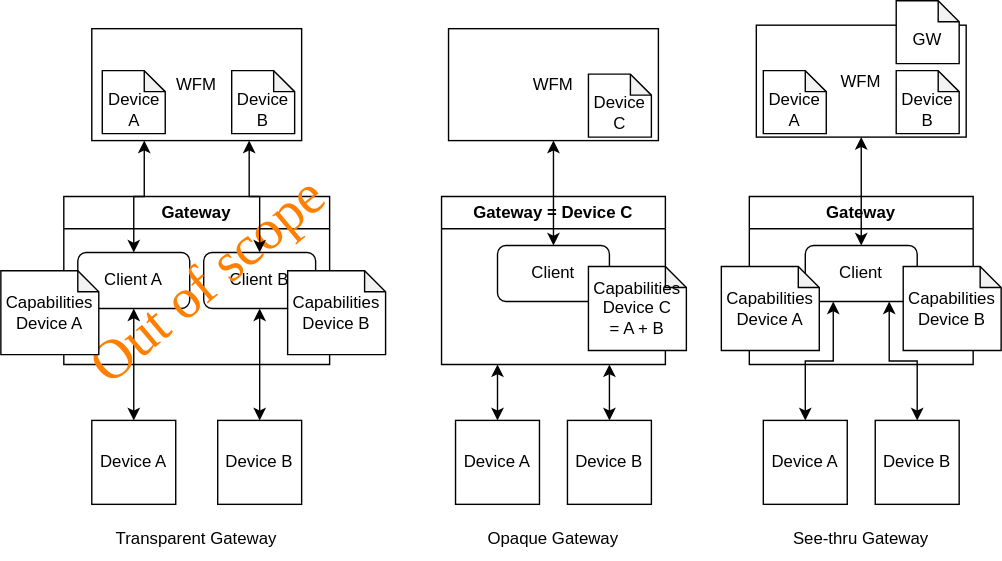
Above: proposals/res/single-client-for-multiple-devices/types-of-gateway.drawio.svg in margo/specification-enhancements (draw.io), before the change. Source tidied: cells renumbered, new cells last; positions are measured from the earlier drawing's top-left corner, leaving out a move shared by most shapes. Source of this version:
```xml
<mxGraphModel>
  <root>
    <mxCell id="0" />
    <mxCell id="1" parent="0" />
    <mxCell id="2" value="WFM" style="rounded=0;whiteSpace=wrap;html=1;" parent="1" vertex="1">
      <mxGeometry x="65" y="20" width="150" height="80" as="geometry" />
    </mxCell>
    <mxCell id="3" style="edgeStyle=orthogonalEdgeStyle;rounded=0;jettySize=auto;html=1;strokeColor=default;align=center;verticalAlign=middle;fontFamily=Helvetica;fontSize=11;fontColor=default;labelBackgroundColor=default;startArrow=classic;startFill=1;endArrow=classic;" parent="1" edge="1" source="4" target="7">
      <mxGeometry relative="1" as="geometry" />
    </mxCell>
    <mxCell id="4" value="Device A" style="whiteSpace=wrap;html=1;" parent="1" vertex="1">
      <mxGeometry x="65" y="300" width="60" height="60" as="geometry" />
    </mxCell>
    <mxCell id="5" value="Device B" style="whiteSpace=wrap;html=1;" parent="1" vertex="1">
      <mxGeometry x="155" y="300" width="60" height="60" as="geometry" />
    </mxCell>
    <mxCell id="6" value="Gateway" style="swimlane;whiteSpace=wrap;html=1;" parent="1" vertex="1">
      <mxGeometry x="45" y="140" width="190" height="120" as="geometry" />
    </mxCell>
    <mxCell id="7" value="Client A" style="rounded=1;whiteSpace=wrap;html=1;" parent="6" vertex="1">
      <mxGeometry x="10" y="40" width="80" height="40" as="geometry" />
    </mxCell>
    <mxCell id="8" value="Client B" style="rounded=1;whiteSpace=wrap;html=1;" parent="6" vertex="1">
      <mxGeometry x="100" y="40" width="80" height="40" as="geometry" />
    </mxCell>
    <mxCell id="9" value="Capabilities Device B" style="shape=note;whiteSpace=wrap;html=1;backgroundOutline=1;darkOpacity=0.05;size=15;" parent="6" vertex="1">
      <mxGeometry x="160" y="53" width="70" height="60" as="geometry" />
    </mxCell>
    <mxCell id="10" value="Out of scope" style="text;html=1;align=center;verticalAlign=middle;rounded=0;fontSize=40;fontFamily=Verdana;rotation=-40;textShadow=0;fontColor=#FF8000;labelBorderColor=none;labelBackgroundColor=none;" parent="6" vertex="1">
      <mxGeometry x="-36" y="45" width="275" height="30" as="geometry" />
    </mxCell>
    <mxCell id="11" style="edgeStyle=orthogonalEdgeStyle;rounded=0;jettySize=auto;html=1;entryX=0.5;entryY=1;entryDx=0;entryDy=0;strokeColor=default;align=center;verticalAlign=middle;fontFamily=Helvetica;fontSize=11;fontColor=default;labelBackgroundColor=default;startArrow=classic;startFill=1;endArrow=classic;" parent="1" edge="1" source="5" target="8">
      <mxGeometry relative="1" as="geometry" />
    </mxCell>
    <mxCell id="12" style="edgeStyle=orthogonalEdgeStyle;rounded=0;jettySize=auto;html=1;entryX=0.25;entryY=1;entryDx=0;entryDy=0;strokeColor=default;align=center;verticalAlign=middle;fontFamily=Helvetica;fontSize=11;fontColor=default;labelBackgroundColor=default;startArrow=classic;startFill=1;endArrow=classic;" parent="1" edge="1" source="7" target="2">
      <mxGeometry relative="1" as="geometry" />
    </mxCell>
    <mxCell id="13" style="edgeStyle=orthogonalEdgeStyle;rounded=0;jettySize=auto;html=1;entryX=0.75;entryY=1;entryDx=0;entryDy=0;startArrow=classic;startFill=1;" parent="1" edge="1" source="8" target="2">
      <mxGeometry relative="1" as="geometry" />
    </mxCell>
    <mxCell id="14" value="Capabilities Device A" style="shape=note;whiteSpace=wrap;html=1;backgroundOutline=1;darkOpacity=0.05;size=15;" parent="1" vertex="1">
      <mxGeometry y="193" width="70" height="60" as="geometry" />
    </mxCell>
    <mxCell id="15" value="Transparent Gateway" style="text;html=1;align=center;verticalAlign=middle;whiteSpace=wrap;rounded=0;" parent="1" vertex="1">
      <mxGeometry x="70" y="370" width="140" height="30" as="geometry" />
    </mxCell>
    <mxCell id="16" value="WFM" style="rounded=0;whiteSpace=wrap;html=1;" parent="1" vertex="1">
      <mxGeometry x="320" y="20" width="150" height="80" as="geometry" />
    </mxCell>
    <mxCell id="17" style="edgeStyle=orthogonalEdgeStyle;rounded=0;jettySize=auto;html=1;strokeColor=default;align=center;verticalAlign=middle;fontFamily=Helvetica;fontSize=11;fontColor=default;labelBackgroundColor=default;startArrow=classic;startFill=1;endArrow=classic;entryX=0.25;entryY=1;entryDx=0;entryDy=0;" parent="1" edge="1" source="18" target="20">
      <mxGeometry relative="1" as="geometry" />
    </mxCell>
    <mxCell id="18" value="Device A" style="whiteSpace=wrap;html=1;" parent="1" vertex="1">
      <mxGeometry x="325" y="300" width="60" height="60" as="geometry" />
    </mxCell>
    <mxCell id="19" value="Device B" style="whiteSpace=wrap;html=1;" parent="1" vertex="1">
      <mxGeometry x="405" y="300" width="60" height="60" as="geometry" />
    </mxCell>
    <mxCell id="20" value="Gateway = Device C" style="swimlane;whiteSpace=wrap;html=1;" parent="1" vertex="1">
      <mxGeometry x="315" y="140" width="160" height="120" as="geometry" />
    </mxCell>
    <mxCell id="21" value="Client" style="rounded=1;whiteSpace=wrap;html=1;" parent="20" vertex="1">
      <mxGeometry x="40" y="35" width="80" height="40" as="geometry" />
    </mxCell>
    <mxCell id="22" value="Capabilities Device C &lt;br&gt;= A + B" style="shape=note;whiteSpace=wrap;html=1;backgroundOutline=1;darkOpacity=0.05;size=15;" parent="20" vertex="1">
      <mxGeometry x="105" y="50" width="70" height="60" as="geometry" />
    </mxCell>
    <mxCell id="23" style="edgeStyle=orthogonalEdgeStyle;rounded=0;jettySize=auto;html=1;strokeColor=default;align=center;verticalAlign=middle;fontFamily=Helvetica;fontSize=11;fontColor=default;labelBackgroundColor=default;startArrow=classic;startFill=1;endArrow=classic;entryX=0.75;entryY=1;entryDx=0;entryDy=0;" parent="1" edge="1" source="19" target="20">
      <mxGeometry relative="1" as="geometry" />
    </mxCell>
    <mxCell id="24" style="edgeStyle=orthogonalEdgeStyle;rounded=0;jettySize=auto;html=1;entryX=0.5;entryY=1;entryDx=0;entryDy=0;strokeColor=default;align=center;verticalAlign=middle;fontFamily=Helvetica;fontSize=11;fontColor=default;labelBackgroundColor=default;startArrow=classic;startFill=1;endArrow=classic;" parent="1" edge="1" source="21" target="16">
      <mxGeometry relative="1" as="geometry" />
    </mxCell>
    <mxCell id="25" value="Opaque Gateway" style="text;html=1;align=center;verticalAlign=middle;whiteSpace=wrap;rounded=0;" parent="1" vertex="1">
      <mxGeometry x="325" y="370" width="140" height="30" as="geometry" />
    </mxCell>
    <mxCell id="26" value="WFM" style="rounded=0;whiteSpace=wrap;html=1;" parent="1" vertex="1">
      <mxGeometry x="540" y="17.5" width="150" height="80" as="geometry" />
    </mxCell>
    <mxCell id="27" style="edgeStyle=orthogonalEdgeStyle;rounded=0;jettySize=auto;html=1;strokeColor=default;align=center;verticalAlign=middle;fontFamily=Helvetica;fontSize=11;fontColor=default;labelBackgroundColor=default;startArrow=classic;startFill=1;endArrow=classic;entryX=0.25;entryY=1;entryDx=0;entryDy=0;" parent="1" edge="1" source="28" target="31">
      <mxGeometry relative="1" as="geometry" />
    </mxCell>
    <mxCell id="28" value="Device A" style="whiteSpace=wrap;html=1;" parent="1" vertex="1">
      <mxGeometry x="545" y="300" width="60" height="60" as="geometry" />
    </mxCell>
    <mxCell id="29" value="Device B" style="whiteSpace=wrap;html=1;" parent="1" vertex="1">
      <mxGeometry x="625" y="300" width="60" height="60" as="geometry" />
    </mxCell>
    <mxCell id="30" value="Gateway" style="swimlane;whiteSpace=wrap;html=1;" parent="1" vertex="1">
      <mxGeometry x="535" y="140" width="160" height="120" as="geometry" />
    </mxCell>
    <mxCell id="31" value="Client" style="rounded=1;whiteSpace=wrap;html=1;" parent="30" vertex="1">
      <mxGeometry x="40" y="35" width="80" height="40" as="geometry" />
    </mxCell>
    <mxCell id="32" value="Capabilities Device B" style="shape=note;whiteSpace=wrap;html=1;backgroundOutline=1;darkOpacity=0.05;size=15;" parent="30" vertex="1">
      <mxGeometry x="110" y="50" width="70" height="60" as="geometry" />
    </mxCell>
    <mxCell id="33" value="Capabilities Device A" style="shape=note;whiteSpace=wrap;html=1;backgroundOutline=1;darkOpacity=0.05;size=15;" parent="30" vertex="1">
      <mxGeometry x="-20" y="50" width="70" height="60" as="geometry" />
    </mxCell>
    <mxCell id="34" style="edgeStyle=orthogonalEdgeStyle;rounded=0;jettySize=auto;html=1;strokeColor=default;align=center;verticalAlign=middle;fontFamily=Helvetica;fontSize=11;fontColor=default;labelBackgroundColor=default;startArrow=classic;startFill=1;endArrow=classic;entryX=0.75;entryY=1;entryDx=0;entryDy=0;" parent="1" edge="1" source="29" target="31">
      <mxGeometry relative="1" as="geometry" />
    </mxCell>
    <mxCell id="35" style="edgeStyle=orthogonalEdgeStyle;rounded=0;jettySize=auto;html=1;entryX=0.5;entryY=1;entryDx=0;entryDy=0;strokeColor=default;align=center;verticalAlign=middle;fontFamily=Helvetica;fontSize=11;fontColor=default;labelBackgroundColor=default;startArrow=classic;startFill=1;endArrow=classic;" parent="1" edge="1" source="31" target="26">
      <mxGeometry relative="1" as="geometry" />
    </mxCell>
    <mxCell id="36" value="See-thru Gateway" style="text;html=1;align=center;verticalAlign=middle;whiteSpace=wrap;rounded=0;" parent="1" vertex="1">
      <mxGeometry x="545" y="370" width="140" height="30" as="geometry" />
    </mxCell>
    <mxCell id="37" value="Device A" style="shape=note;whiteSpace=wrap;html=1;backgroundOutline=1;darkOpacity=0.05;size=15;strokeColor=default;align=center;verticalAlign=middle;spacingTop=10;fontFamily=Helvetica;fontSize=12;fontColor=default;fillColor=default;" parent="1" vertex="1">
      <mxGeometry x="72.5" y="50" width="45" height="45" as="geometry" />
    </mxCell>
    <mxCell id="38" value="Device A" style="shape=note;whiteSpace=wrap;html=1;backgroundOutline=1;darkOpacity=0.05;size=15;strokeColor=default;align=center;verticalAlign=middle;spacingTop=10;fontFamily=Helvetica;fontSize=12;fontColor=default;fillColor=default;" parent="1" vertex="1">
      <mxGeometry x="545" y="50" width="45" height="45" as="geometry" />
    </mxCell>
    <mxCell id="39" value="Device B" style="shape=note;whiteSpace=wrap;html=1;backgroundOutline=1;darkOpacity=0.05;size=15;strokeColor=default;align=center;verticalAlign=middle;spacingTop=10;fontFamily=Helvetica;fontSize=12;fontColor=default;fillColor=default;" parent="1" vertex="1">
      <mxGeometry x="640" y="50" width="45" height="45" as="geometry" />
    </mxCell>
    <mxCell id="40" value="Device B" style="shape=note;whiteSpace=wrap;html=1;backgroundOutline=1;darkOpacity=0.05;size=15;strokeColor=default;align=center;verticalAlign=middle;spacingTop=10;fontFamily=Helvetica;fontSize=12;fontColor=default;fillColor=default;" parent="1" vertex="1">
      <mxGeometry x="165" y="50" width="45" height="45" as="geometry" />
    </mxCell>
    <mxCell id="41" value="Device C" style="shape=note;whiteSpace=wrap;html=1;backgroundOutline=1;darkOpacity=0.05;size=15;strokeColor=default;align=center;verticalAlign=middle;spacingTop=10;fontFamily=Helvetica;fontSize=12;fontColor=default;fillColor=default;" parent="1" vertex="1">
      <mxGeometry x="420" y="52.5" width="45" height="45" as="geometry" />
    </mxCell>
    <mxCell id="42" value="GW" style="shape=note;whiteSpace=wrap;html=1;backgroundOutline=1;darkOpacity=0.05;size=15;strokeColor=default;align=center;verticalAlign=middle;spacingTop=10;fontFamily=Helvetica;fontSize=12;fontColor=default;fillColor=default;" parent="1" vertex="1">
      <mxGeometry x="640" width="45" height="45" as="geometry" />
    </mxCell>
  </root>
</mxGraphModel>
```
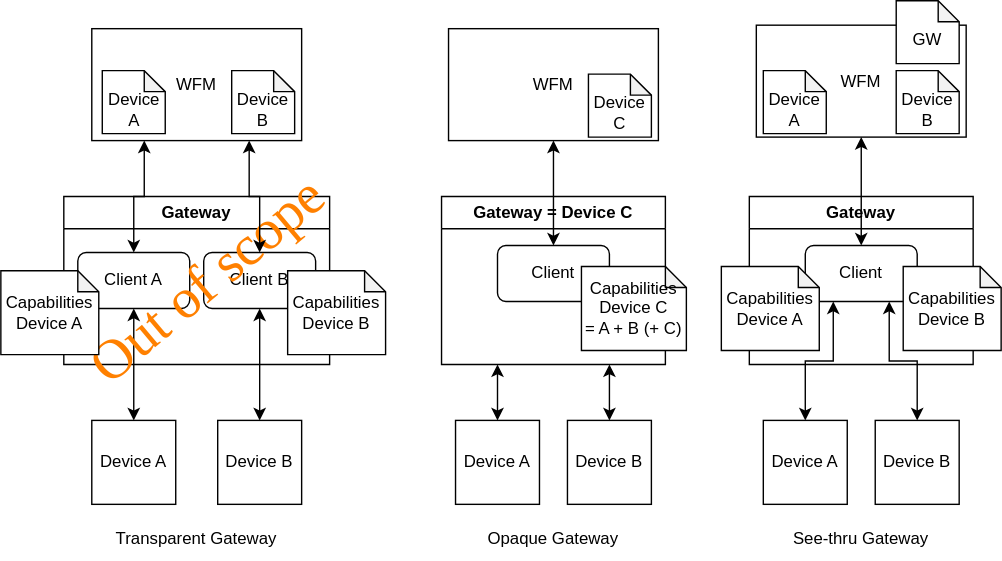
After the change.

The edit, as a diff of the source:
```diff
@@ -62,8 +62,8 @@
     <mxCell id="21" value="Client" style="rounded=1;whiteSpace=wrap;html=1;" parent="20" vertex="1">
       <mxGeometry x="40" y="35" width="80" height="40" as="geometry" />
     </mxCell>
-    <mxCell id="22" value="Capabilities Device C &lt;br&gt;= A + B" style="shape=note;whiteSpace=wrap;html=1;backgroundOutline=1;darkOpacity=0.05;size=15;" parent="20" vertex="1">
-      <mxGeometry x="105" y="50" width="70" height="60" as="geometry" />
+    <mxCell id="22" value="Capabilities Device C &lt;br&gt;= A + B (+ C)" style="shape=note;whiteSpace=wrap;html=1;backgroundOutline=1;darkOpacity=0.05;size=15;" parent="20" vertex="1">
+      <mxGeometry x="100" y="50" width="75" height="60" as="geometry" />
     </mxCell>
     <mxCell id="23" style="edgeStyle=orthogonalEdgeStyle;rounded=0;jettySize=auto;html=1;strokeColor=default;align=center;verticalAlign=middle;fontFamily=Helvetica;fontSize=11;fontColor=default;labelBackgroundColor=default;startArrow=classic;startFill=1;endArrow=classic;entryX=0.75;entryY=1;entryDx=0;entryDy=0;" parent="1" edge="1" source="19" target="20">
       <mxGeometry relative="1" as="geometry" />
```
